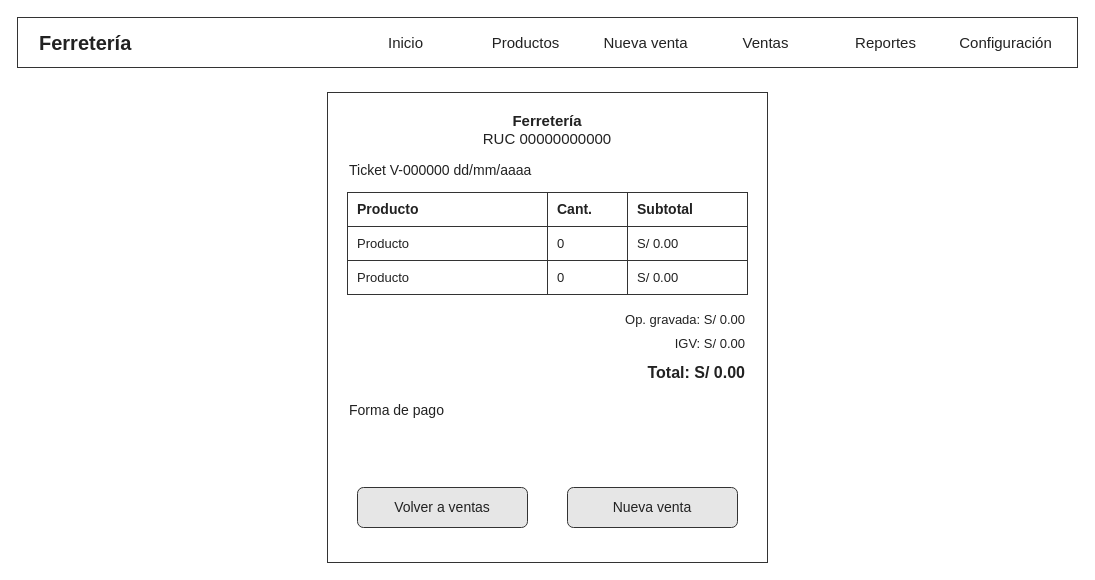
This is page "Ticket (computadora)" (7 of 17) of docs/bocetos/ferreteria-bocetos.drawio from oropezadev-wq/ferreteria-ventas, a draw.io file, before an edit. Source tidied: cells renumbered, new cells numbered last; positions are measured from the earlier drawing's top-left corner, leaving out a move shared by most shapes. Both pictures are drawn from the tidied source at 100%, with x=0, y=0 at pixel (17, 17).
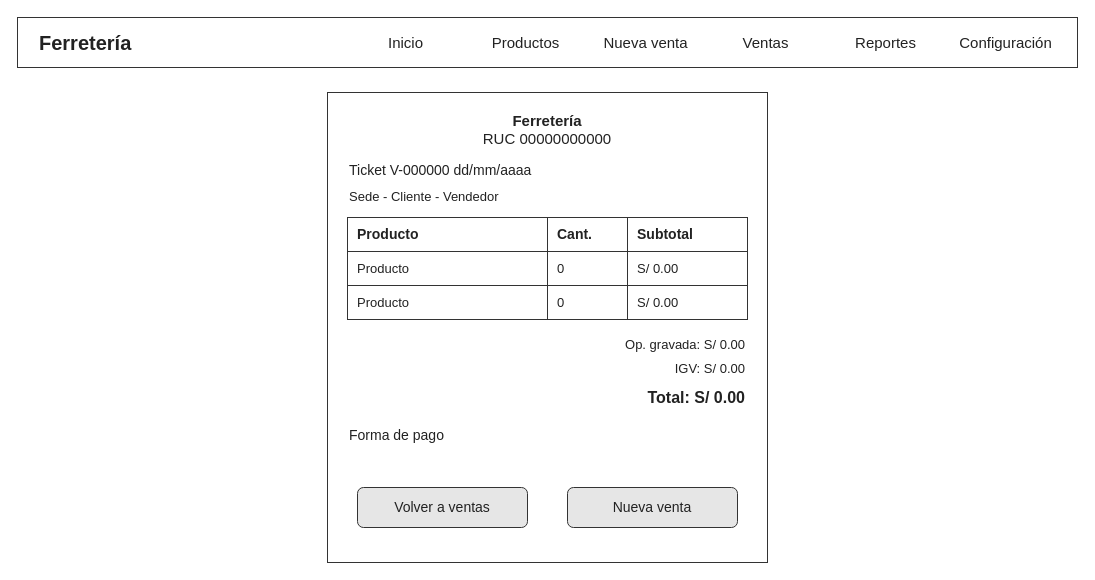
After the change.

Diff of the diagram source:
```diff
@@
-    <mxCell id="13" value="&lt;b&gt;Producto&lt;/b&gt;" style="rounded=0;whiteSpace=wrap;html=1;fillColor=none;fontFamily=Helvetica;fontColor=#222222;strokeColor=#333333;align=left;spacingLeft=8;fontSize=14;" parent="1" vertex="1">
-      <mxGeometry x="330" y="175" width="200" height="34" as="geometry" />
+    <mxCell id="13" value="Sede - Cliente - Vendedor" style="text;html=1;align=left;verticalAlign=middle;whiteSpace=wrap;fontFamily=Helvetica;fontColor=#222222;fontSize=13;" parent="1" vertex="1">
+      <mxGeometry x="330" y="166" width="400" height="26" as="geometry" />
     </mxCell>
-    <mxCell id="14" value="&lt;b&gt;Cant.&lt;/b&gt;" style="rounded=0;whiteSpace=wrap;html=1;fillColor=none;fontFamily=Helvetica;fontColor=#222222;strokeColor=#333333;align=left;spacingLeft=8;fontSize=14;" parent="1" vertex="1">
-      <mxGeometry x="530" y="175" width="80" height="34" as="geometry" />
+    <mxCell id="14" value="&lt;b&gt;Producto&lt;/b&gt;" style="rounded=0;whiteSpace=wrap;html=1;fillColor=none;fontFamily=Helvetica;fontColor=#222222;strokeColor=#333333;align=left;spacingLeft=8;fontSize=14;" parent="1" vertex="1">
+      <mxGeometry x="330" y="200" width="200" height="34" as="geometry" />
     </mxCell>
-    <mxCell id="15" value="&lt;b&gt;Subtotal&lt;/b&gt;" style="rounded=0;whiteSpace=wrap;html=1;fillColor=none;fontFamily=Helvetica;fontColor=#222222;strokeColor=#333333;align=left;spacingLeft=8;fontSize=14;" parent="1" vertex="1">
-      <mxGeometry x="610" y="175" width="120" height="34" as="geometry" />
+    <mxCell id="15" value="&lt;b&gt;Cant.&lt;/b&gt;" style="rounded=0;whiteSpace=wrap;html=1;fillColor=none;fontFamily=Helvetica;fontColor=#222222;strokeColor=#333333;align=left;spacingLeft=8;fontSize=14;" parent="1" vertex="1">
+      <mxGeometry x="530" y="200" width="80" height="34" as="geometry" />
     </mxCell>
-    <mxCell id="16" value="Producto" style="rounded=0;whiteSpace=wrap;html=1;fillColor=none;fontFamily=Helvetica;fontColor=#222222;strokeColor=#333333;align=left;spacingLeft=8;fontSize=13;" parent="1" vertex="1">
-      <mxGeometry x="330" y="209" width="200" height="34" as="geometry" />
+    <mxCell id="16" value="&lt;b&gt;Subtotal&lt;/b&gt;" style="rounded=0;whiteSpace=wrap;html=1;fillColor=none;fontFamily=Helvetica;fontColor=#222222;strokeColor=#333333;align=left;spacingLeft=8;fontSize=14;" parent="1" vertex="1">
+      <mxGeometry x="610" y="200" width="120" height="34" as="geometry" />
     </mxCell>
-    <mxCell id="17" value="0" style="rounded=0;whiteSpace=wrap;html=1;fillColor=none;fontFamily=Helvetica;fontColor=#222222;strokeColor=#333333;align=left;spacingLeft=8;fontSize=13;" parent="1" vertex="1">
-      <mxGeometry x="530" y="209" width="80" height="34" as="geometry" />
+    <mxCell id="17" value="Producto" style="rounded=0;whiteSpace=wrap;html=1;fillColor=none;fontFamily=Helvetica;fontColor=#222222;strokeColor=#333333;align=left;spacingLeft=8;fontSize=13;" parent="1" vertex="1">
+      <mxGeometry x="330" y="234" width="200" height="34" as="geometry" />
     </mxCell>
-    <mxCell id="18" value="S/ 0.00" style="rounded=0;whiteSpace=wrap;html=1;fillColor=none;fontFamily=Helvetica;fontColor=#222222;strokeColor=#333333;align=left;spacingLeft=8;fontSize=13;" parent="1" vertex="1">
-      <mxGeometry x="610" y="209" width="120" height="34" as="geometry" />
+    <mxCell id="18" value="0" style="rounded=0;whiteSpace=wrap;html=1;fillColor=none;fontFamily=Helvetica;fontColor=#222222;strokeColor=#333333;align=left;spacingLeft=8;fontSize=13;" parent="1" vertex="1">
+      <mxGeometry x="530" y="234" width="80" height="34" as="geometry" />
     </mxCell>
-    <mxCell id="19" value="Producto" style="rounded=0;whiteSpace=wrap;html=1;fillColor=none;fontFamily=Helvetica;fontColor=#222222;strokeColor=#333333;align=left;spacingLeft=8;fontSize=13;" parent="1" vertex="1">
-      <mxGeometry x="330" y="243" width="200" height="34" as="geometry" />
+    <mxCell id="19" value="S/ 0.00" style="rounded=0;whiteSpace=wrap;html=1;fillColor=none;fontFamily=Helvetica;fontColor=#222222;strokeColor=#333333;align=left;spacingLeft=8;fontSize=13;" parent="1" vertex="1">
+      <mxGeometry x="610" y="234" width="120" height="34" as="geometry" />
     </mxCell>
-    <mxCell id="20" value="0" style="rounded=0;whiteSpace=wrap;html=1;fillColor=none;fontFamily=Helvetica;fontColor=#222222;strokeColor=#333333;align=left;spacingLeft=8;fontSize=13;" parent="1" vertex="1">
-      <mxGeometry x="530" y="243" width="80" height="34" as="geometry" />
+    <mxCell id="20" value="Producto" style="rounded=0;whiteSpace=wrap;html=1;fillColor=none;fontFamily=Helvetica;fontColor=#222222;strokeColor=#333333;align=left;spacingLeft=8;fontSize=13;" parent="1" vertex="1">
+      <mxGeometry x="330" y="268" width="200" height="34" as="geometry" />
     </mxCell>
-    <mxCell id="21" value="S/ 0.00" style="rounded=0;whiteSpace=wrap;html=1;fillColor=none;fontFamily=Helvetica;fontColor=#222222;strokeColor=#333333;align=left;spacingLeft=8;fontSize=13;" parent="1" vertex="1">
-      <mxGeometry x="610" y="243" width="120" height="34" as="geometry" />
+    <mxCell id="21" value="0" style="rounded=0;whiteSpace=wrap;html=1;fillColor=none;fontFamily=Helvetica;fontColor=#222222;strokeColor=#333333;align=left;spacingLeft=8;fontSize=13;" parent="1" vertex="1">
+      <mxGeometry x="530" y="268" width="80" height="34" as="geometry" />
     </mxCell>
-    <mxCell id="22" value="Op. gravada: S/ 0.00" style="text;html=1;align=right;verticalAlign=middle;whiteSpace=wrap;fontFamily=Helvetica;fontColor=#222222;fontSize=13;" parent="1" vertex="1">
-      <mxGeometry x="330" y="290" width="400" height="24" as="geometry" />
+    <mxCell id="22" value="S/ 0.00" style="rounded=0;whiteSpace=wrap;html=1;fillColor=none;fontFamily=Helvetica;fontColor=#222222;strokeColor=#333333;align=left;spacingLeft=8;fontSize=13;" parent="1" vertex="1">
+      <mxGeometry x="610" y="268" width="120" height="34" as="geometry" />
     </mxCell>
-    <mxCell id="23" value="IGV: S/ 0.00" style="text;html=1;align=right;verticalAlign=middle;whiteSpace=wrap;fontFamily=Helvetica;fontColor=#222222;fontSize=13;" parent="1" vertex="1">
-      <mxGeometry x="330" y="314" width="400" height="24" as="geometry" />
+    <mxCell id="23" value="Op. gravada: S/ 0.00" style="text;html=1;align=right;verticalAlign=middle;whiteSpace=wrap;fontFamily=Helvetica;fontColor=#222222;fontSize=13;" parent="1" vertex="1">
+      <mxGeometry x="330" y="315" width="400" height="24" as="geometry" />
     </mxCell>
-    <mxCell id="24" value="&lt;b&gt;Total: S/ 0.00&lt;/b&gt;" style="text;html=1;align=right;verticalAlign=middle;whiteSpace=wrap;fontFamily=Helvetica;fontColor=#222222;fontSize=16;" parent="1" vertex="1">
-      <mxGeometry x="330" y="340" width="400" height="30" as="geometry" />
+    <mxCell id="24" value="IGV: S/ 0.00" style="text;html=1;align=right;verticalAlign=middle;whiteSpace=wrap;fontFamily=Helvetica;fontColor=#222222;fontSize=13;" parent="1" vertex="1">
+      <mxGeometry x="330" y="339" width="400" height="24" as="geometry" />
     </mxCell>
-    <mxCell id="25" value="Forma de pago" style="text;html=1;align=left;verticalAlign=middle;whiteSpace=wrap;fontFamily=Helvetica;fontColor=#222222;fontSize=14;" parent="1" vertex="1">
-      <mxGeometry x="330" y="380" width="400" height="26" as="geometry" />
+    <mxCell id="25" value="&lt;b&gt;Total: S/ 0.00&lt;/b&gt;" style="text;html=1;align=right;verticalAlign=middle;whiteSpace=wrap;fontFamily=Helvetica;fontColor=#222222;fontSize=16;" parent="1" vertex="1">
+      <mxGeometry x="330" y="365" width="400" height="30" as="geometry" />
     </mxCell>
-    <mxCell id="26" value="Volver a ventas" style="rounded=1;whiteSpace=wrap;html=1;fillColor=#E6E6E6;fontFamily=Helvetica;fontColor=#222222;strokeColor=#333333;fontSize=14;" parent="1" vertex="1">
-      <mxGeometry x="340" y="470" width="170" height="40" as="geometry" />
+    <mxCell id="26" value="Forma de pago" style="text;html=1;align=left;verticalAlign=middle;whiteSpace=wrap;fontFamily=Helvetica;fontColor=#222222;fontSize=14;" parent="1" vertex="1">
+      <mxGeometry x="330" y="405" width="400" height="26" as="geometry" />
     </mxCell>
-    <mxCell id="27" value="Nueva venta" style="rounded=1;whiteSpace=wrap;html=1;fillColor=#E6E6E6;fontFamily=Helvetica;fontColor=#222222;strokeColor=#333333;fontSize=14;" parent="1" vertex="1">
-      <mxGeometry x="550" y="470" width="170" height="40" as="geometry" />
+    <mxCell id="27" value="Volver a ventas" style="rounded=1;whiteSpace=wrap;html=1;fillColor=#E6E6E6;fontFamily=Helvetica;fontColor=#222222;strokeColor=#333333;fontSize=14;" parent="1" vertex="1">
+      <mxGeometry x="340" y="470" width="170" height="40" as="geometry" />
     </mxCell>
+    <mxCell id="28" value="Nueva venta" style="rounded=1;whiteSpace=wrap;html=1;fillColor=#E6E6E6;fontFamily=Helvetica;fontColor=#222222;strokeColor=#333333;fontSize=14;" parent="1" vertex="1">
+      <mxGeometry x="550" y="470" width="170" height="40" as="geometry" />
+    </mxCell>
```
